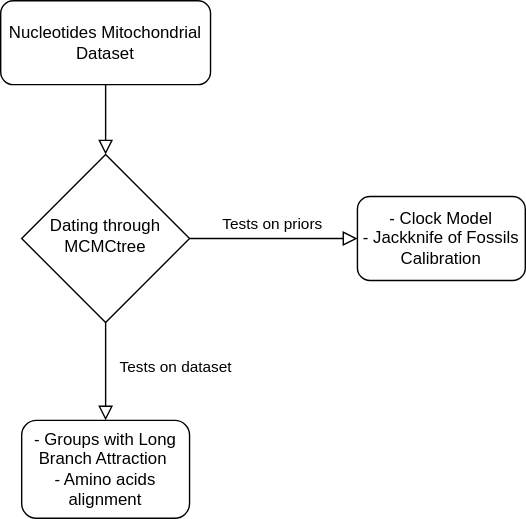
Before: Workflow.svg, a diagram exported from draw.io (NiccoloRighetti/MantoGryllo_Dating). Source tidied: cells renumbered, new cells last; positions are measured from the earlier drawing's top-left corner, leaving out a move shared by most shapes.
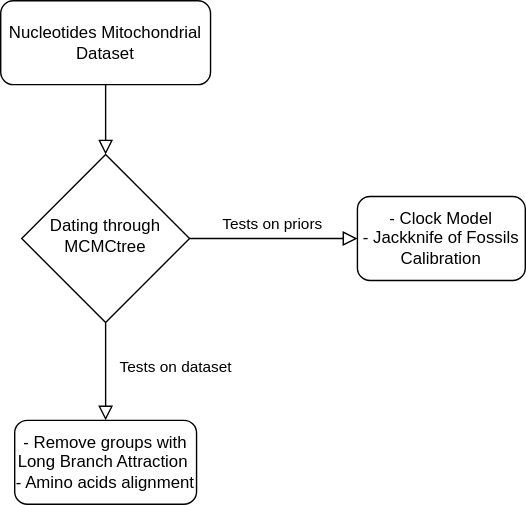
The same file after the commit.

Change to the diagram source:
```diff
@@ -17,8 +17,8 @@
     <mxCell id="6" value="- Clock Model&lt;br&gt;- Jackknife of Fossils Calibration" style="rounded=1;whiteSpace=wrap;html=1;fontSize=12;glass=0;strokeWidth=1;shadow=0;" parent="1" vertex="1">
       <mxGeometry x="255" y="140" width="120" height="60" as="geometry" />
     </mxCell>
-    <mxCell id="7" value="- Groups with Long Branch Attraction&amp;nbsp;&lt;br&gt;- Amino acids alignment" style="rounded=1;whiteSpace=wrap;html=1;fontSize=12;glass=0;strokeWidth=1;shadow=0;" parent="1" vertex="1">
-      <mxGeometry x="15" y="300" width="120" height="70" as="geometry" />
+    <mxCell id="7" value="- Remove groups with Long Branch Attraction&amp;nbsp;&lt;br&gt;- Amino acids alignment" style="rounded=1;whiteSpace=wrap;html=1;fontSize=12;glass=0;strokeWidth=1;shadow=0;" parent="1" vertex="1">
+      <mxGeometry x="10" y="300" width="130" height="60" as="geometry" />
     </mxCell>
     <mxCell id="8" value="Tests on dataset" style="edgeStyle=orthogonalEdgeStyle;rounded=0;html=1;jettySize=auto;fontSize=11;endArrow=block;endFill=0;endSize=8;strokeWidth=1;shadow=0;labelBackgroundColor=none;exitX=0.5;exitY=1;exitDx=0;exitDy=0;entryX=0.5;entryY=0;entryDx=0;entryDy=0;" parent="1" edge="1" source="5" target="7">
       <mxGeometry x="-0.09" y="50" relative="1" as="geometry" />
```
